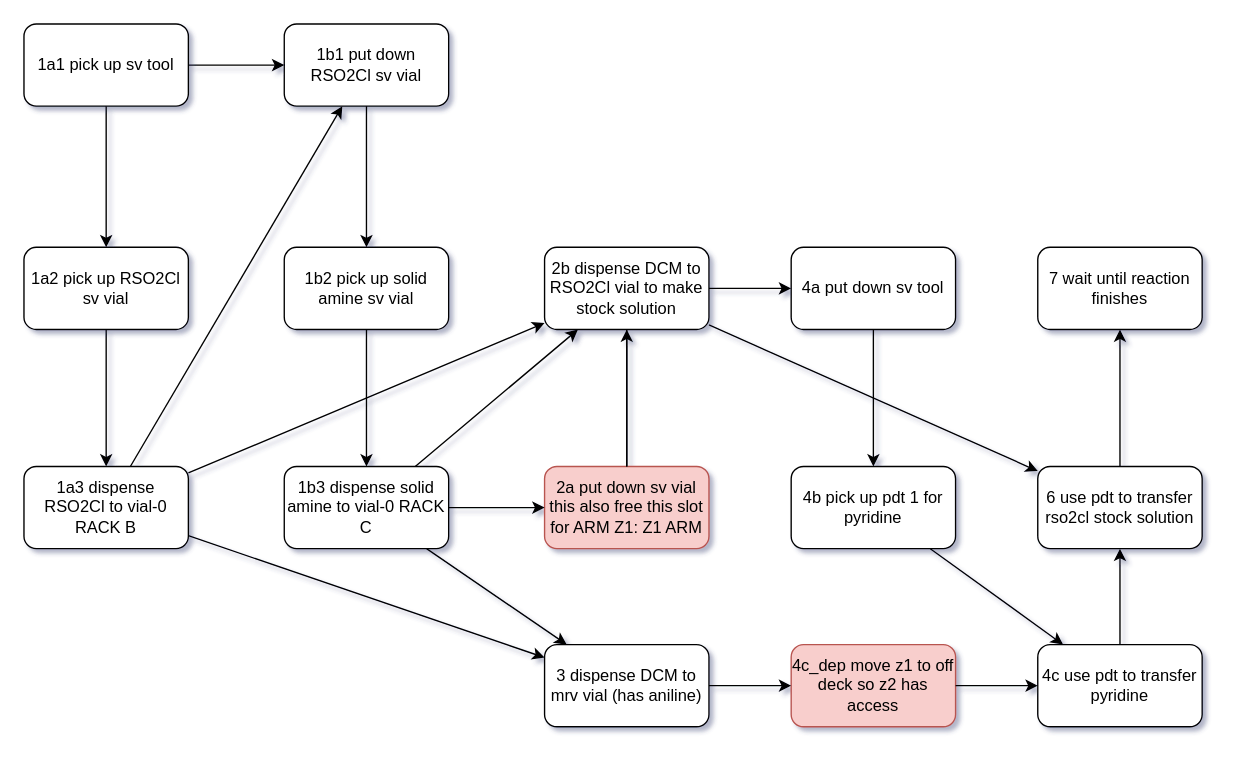
qai222/simulator-aspire-poc keeps this draw.io diagram as sim_junior/sim_junior_instruction.drawio. Above is the earlier version. Source tidied: cells renumbered, new cells numbered last; positions are measured from the earlier drawing's top-left corner, leaving out a move shared by most shapes. Both pictures are drawn from the tidied source at 137%, with x=0, y=0 at pixel (23, 23).
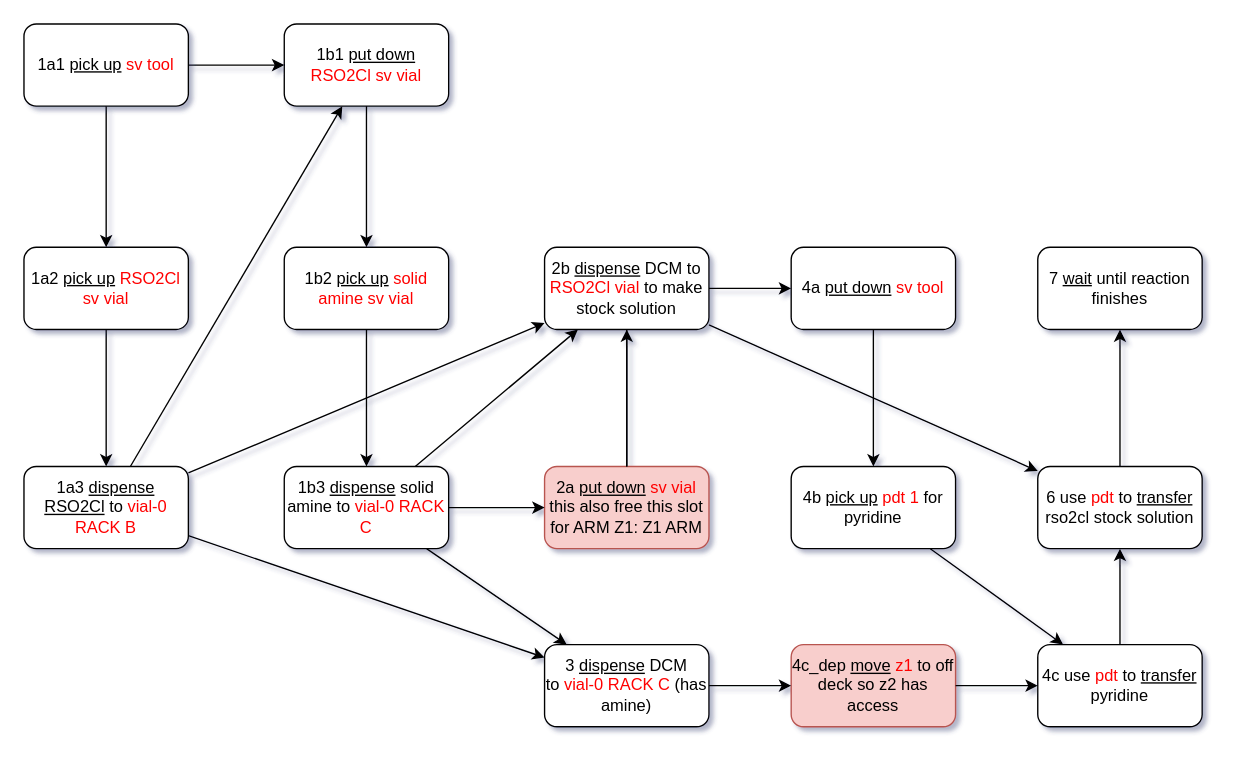
The same page after the edit.

Commit message (it also covers changes not shown here):
- some edits on drawio - update req.txt - one todo item in `device_block`

What changed in the source:
```diff
@@
-    <mxCell id="2" value="1a1 pick up sv tool" style="rounded=1;whiteSpace=wrap;html=1;" parent="1" vertex="1">
+    <mxCell id="2" value="1a1 &lt;u&gt;pick up&lt;/u&gt; &lt;font style=&quot;&quot; color=&quot;#ff0000&quot;&gt;sv tool&lt;/font&gt;" style="rounded=1;whiteSpace=wrap;html=1;" parent="1" vertex="1">
       <mxGeometry width="120" height="60" as="geometry" />
     </mxCell>
-    <mxCell id="3" value="1a2 pick up RSO2Cl sv vial" style="rounded=1;whiteSpace=wrap;html=1;" parent="1" vertex="1">
+    <mxCell id="3" value="1a2 &lt;u&gt;pick up&lt;/u&gt; &lt;font color=&quot;#ff0000&quot;&gt;RSO2Cl sv vial&lt;/font&gt;" style="rounded=1;whiteSpace=wrap;html=1;" parent="1" vertex="1">
       <mxGeometry y="163" width="120" height="60" as="geometry" />
     </mxCell>
-    <mxCell id="4" value="1a3 dispense RSO2Cl to vial-0 RACK B" style="rounded=1;whiteSpace=wrap;html=1;" parent="1" vertex="1">
+    <mxCell id="4" value="1a3 &lt;u&gt;dispense RSO2Cl&lt;/u&gt; to&lt;font color=&quot;#ff0000&quot;&gt; vial-0 RACK B&lt;/font&gt;" style="rounded=1;whiteSpace=wrap;html=1;" parent="1" vertex="1">
       <mxGeometry y="323" width="120" height="60" as="geometry" />
     </mxCell>
-    <mxCell id="5" value="1b1 put down RSO2Cl sv vial" style="rounded=1;whiteSpace=wrap;html=1;" parent="1" vertex="1">
+    <mxCell id="5" value="1b1 &lt;u&gt;put down&lt;/u&gt; &lt;font color=&quot;#ff0000&quot;&gt;RSO2Cl sv vial&lt;/font&gt;" style="rounded=1;whiteSpace=wrap;html=1;" parent="1" vertex="1">
       <mxGeometry x="190" width="120" height="60" as="geometry" />
     </mxCell>
-    <mxCell id="6" value="1b2 pick up solid amine sv vial" style="rounded=1;whiteSpace=wrap;html=1;" parent="1" vertex="1">
+    <mxCell id="6" value="1b2 &lt;u&gt;pick up&lt;/u&gt; &lt;font color=&quot;#ff0000&quot;&gt;solid amine sv vial&lt;/font&gt;" style="rounded=1;whiteSpace=wrap;html=1;" parent="1" vertex="1">
       <mxGeometry x="190" y="163" width="120" height="60" as="geometry" />
     </mxCell>
-    <mxCell id="7" value="1b3 dispense solid amine to vial-0 RACK C" style="rounded=1;whiteSpace=wrap;html=1;" parent="1" vertex="1">
+    <mxCell id="7" value="1b3 &lt;u&gt;dispense&lt;/u&gt; solid amine to &lt;font color=&quot;#ff0000&quot;&gt;vial-0 RACK C&lt;/font&gt;" style="rounded=1;whiteSpace=wrap;html=1;" parent="1" vertex="1">
       <mxGeometry x="190" y="323" width="120" height="60" as="geometry" />
     </mxCell>
-    <mxCell id="8" value="2a put down sv vial this also free this slot for ARM Z1: Z1 ARM" style="rounded=1;whiteSpace=wrap;html=1;fillColor=#f8cecc;strokeColor=#b85450;" parent="1" vertex="1">
+    <mxCell id="8" value="2a &lt;u&gt;put down&lt;/u&gt; &lt;font color=&quot;#ff0000&quot;&gt;sv vial&lt;/font&gt; this also free this slot for ARM Z1: Z1 ARM" style="rounded=1;whiteSpace=wrap;html=1;fillColor=#f8cecc;strokeColor=#b85450;" parent="1" vertex="1">
       <mxGeometry x="380" y="323" width="120" height="60" as="geometry" />
     </mxCell>
-    <mxCell id="9" value="3 dispense DCM to mrv vial (has aniline)" style="rounded=1;whiteSpace=wrap;html=1;" parent="1" vertex="1">
+    <mxCell id="9" value="3 &lt;u&gt;dispense&lt;/u&gt; DCM to&amp;nbsp;&lt;span style=&quot;color: rgb(255, 0, 0);&quot;&gt;vial-0 RACK C&lt;/span&gt;&amp;nbsp;(has amine)" style="rounded=1;whiteSpace=wrap;html=1;" parent="1" vertex="1">
       <mxGeometry x="380" y="453" width="120" height="60" as="geometry" />
     </mxCell>
-    <mxCell id="10" value="4a put down sv tool" style="rounded=1;whiteSpace=wrap;html=1;" parent="1" vertex="1">
+    <mxCell id="10" value="4a &lt;u&gt;put down&lt;/u&gt; &lt;font color=&quot;#ff0000&quot;&gt;sv tool&lt;/font&gt;" style="rounded=1;whiteSpace=wrap;html=1;" parent="1" vertex="1">
       <mxGeometry x="560" y="163" width="120" height="60" as="geometry" />
     </mxCell>
-    <mxCell id="11" value="4b pick up pdt 1 for pyridine" style="rounded=1;whiteSpace=wrap;html=1;" parent="1" vertex="1">
+    <mxCell id="11" value="4b &lt;u&gt;pick up&lt;/u&gt; &lt;font color=&quot;#ff0000&quot;&gt;pdt 1&lt;/font&gt; for pyridine" style="rounded=1;whiteSpace=wrap;html=1;" parent="1" vertex="1">
       <mxGeometry x="560" y="323" width="120" height="60" as="geometry" />
     </mxCell>
-    <mxCell id="12" value="4c_dep move z1 to off deck so z2 has access" style="rounded=1;whiteSpace=wrap;html=1;fillColor=#f8cecc;strokeColor=#b85450;" parent="1" vertex="1">
+    <mxCell id="12" value="4c_dep &lt;u&gt;move&lt;/u&gt; &lt;font color=&quot;#ff0000&quot;&gt;z1&lt;/font&gt; to off deck so z2 has access" style="rounded=1;whiteSpace=wrap;html=1;fillColor=#f8cecc;strokeColor=#b85450;" parent="1" vertex="1">
       <mxGeometry x="560" y="453" width="120" height="60" as="geometry" />
     </mxCell>
-    <mxCell id="13" value="4c use pdt to transfer pyridine" style="rounded=1;whiteSpace=wrap;html=1;" parent="1" vertex="1">
+    <mxCell id="13" value="4c use &lt;font color=&quot;#ff0000&quot;&gt;pdt&lt;/font&gt; to &lt;u&gt;transfer&lt;/u&gt; pyridine" style="rounded=1;whiteSpace=wrap;html=1;" parent="1" vertex="1">
       <mxGeometry x="740" y="453" width="120" height="60" as="geometry" />
     </mxCell>
-    <mxCell id="14" value="6 use pdt to transfer rso2cl stock solution" style="rounded=1;whiteSpace=wrap;html=1;" parent="1" vertex="1">
+    <mxCell id="14" value="6 use &lt;font color=&quot;#ff0000&quot;&gt;pdt&lt;/font&gt; to &lt;u&gt;transfer&lt;/u&gt; rso2cl stock solution" style="rounded=1;whiteSpace=wrap;html=1;" parent="1" vertex="1">
       <mxGeometry x="740" y="323" width="120" height="60" as="geometry" />
     </mxCell>
-    <mxCell id="15" value="7 wait until reaction finishes" style="rounded=1;whiteSpace=wrap;html=1;" parent="1" vertex="1">
+    <mxCell id="15" value="7 &lt;u&gt;wait&lt;/u&gt; until reaction finishes" style="rounded=1;whiteSpace=wrap;html=1;" parent="1" vertex="1">
       <mxGeometry x="740" y="163" width="120" height="60" as="geometry" />
     </mxCell>
@@
-    <mxCell id="36" value="2b dispense DCM to RSO2Cl vial to make stock solution" style="rounded=1;whiteSpace=wrap;html=1;" parent="1" vertex="1">
+    <mxCell id="36" value="2b &lt;u&gt;dispense&lt;/u&gt; DCM to &lt;font color=&quot;#ff0000&quot;&gt;RSO2Cl vial&lt;/font&gt; to make stock solution" style="rounded=1;whiteSpace=wrap;html=1;" parent="1" vertex="1">
       <mxGeometry x="380" y="163" width="120" height="60" as="geometry" />
     </mxCell>
```
